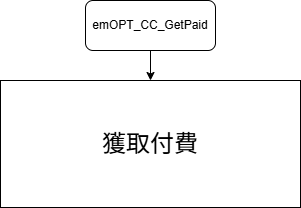
This is 交易流程圖.png from AXQuestion/-, a draw.io export, as it was before one commit. Source tidied: cells renumbered, new cells last; positions are measured from the earlier drawing's top-left corner, leaving out a move shared by most shapes.
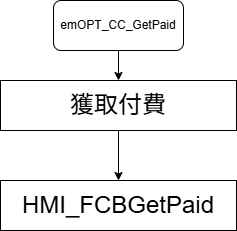
The same diagram one commit later.

Commit message:
更新交易流程圖.png

The edit, as a diff of the source:
```diff
@@ -8,8 +8,14 @@
     <mxCell id="3" value="emOPT_CC_GetPaid" style="rounded=1;whiteSpace=wrap;html=1;" parent="1" vertex="1">
       <mxGeometry x="85" width="130" height="50" as="geometry" />
     </mxCell>
+    <mxCell id="5" style="edgeStyle=orthogonalEdgeStyle;rounded=0;jettySize=auto;html=1;entryX=0.5;entryY=0;entryDx=0;entryDy=0;" parent="1" edge="1" source="4" target="6">
+      <mxGeometry relative="1" as="geometry" />
+    </mxCell>
     <mxCell id="4" value="獲取付費" style="rounded=0;whiteSpace=wrap;html=1;fontSize=24;" parent="1" vertex="1">
-      <mxGeometry y="80" width="300" height="127" as="geometry" />
+      <mxGeometry x="32" y="80" width="236" height="50" as="geometry" />
     </mxCell>
+    <mxCell id="6" value="HMI_FCBGetPaid" style="rounded=0;whiteSpace=wrap;html=1;fontSize=24;" parent="1" vertex="1">
+      <mxGeometry x="32" y="180" width="236" height="50" as="geometry" />
+    </mxCell>
   </root>
 </mxGraphModel>
```
